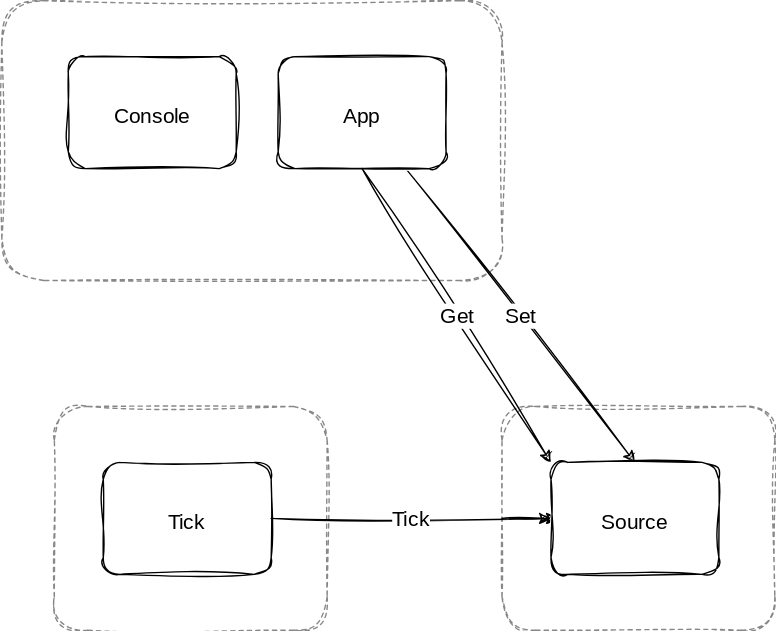
orcvs/orcvs keeps this draw.io diagram as design.drawio.svg. Above is the earlier version. Source tidied: cells renumbered, new cells last; positions are measured from the earlier drawing's top-left corner, leaving out a move shared by most shapes. The source it was exported from:
```xml
<mxGraphModel>
  <root>
    <mxCell id="0" />
    <mxCell id="1" parent="0" />
    <mxCell id="2" style="rounded=1;whiteSpace=wrap;html=1;sketch=1;hachureGap=4;jiggle=2;curveFitting=1;fontFamily=Architects Daughter;fontSource=https%3A%2F%2Ffonts.googleapis.com%2Fcss%3Ffamily%3DArchitects%2BDaughter;fontSize=20;dashed=1;strokeColor=#888888;" parent="1" vertex="1">
      <mxGeometry x="358" y="290" width="195" height="160" as="geometry" />
    </mxCell>
    <mxCell id="3" style="rounded=1;whiteSpace=wrap;html=1;sketch=1;hachureGap=4;jiggle=2;curveFitting=1;fontFamily=Architects Daughter;fontSource=https%3A%2F%2Ffonts.googleapis.com%2Fcss%3Ffamily%3DArchitects%2BDaughter;fontSize=20;dashed=1;strokeColor=#888888;" parent="1" vertex="1">
      <mxGeometry x="38" y="290" width="195" height="160" as="geometry" />
    </mxCell>
    <mxCell id="4" style="rounded=1;whiteSpace=wrap;html=1;sketch=1;hachureGap=4;jiggle=2;curveFitting=1;fontFamily=Architects Daughter;fontSource=https%3A%2F%2Ffonts.googleapis.com%2Fcss%3Ffamily%3DArchitects%2BDaughter;fontSize=20;dashed=1;strokeColor=#888888;" parent="1" vertex="1">
      <mxGeometry x="0.5" width="357.5" height="200" as="geometry" />
    </mxCell>
    <mxCell id="5" value="Tick" style="edgeStyle=none;sketch=1;hachureGap=4;jiggle=2;curveFitting=1;html=1;entryX=0;entryY=0.5;entryDx=0;entryDy=0;fontFamily=Architects Daughter;fontSource=https%3A%2F%2Ffonts.googleapis.com%2Fcss%3Ffamily%3DArchitects%2BDaughter;fontSize=15;" parent="1" edge="1" source="6" target="12">
      <mxGeometry relative="1" as="geometry" />
    </mxCell>
    <mxCell id="6" value="&lt;font style=&quot;font-size: 15px;&quot;&gt;Tick&lt;/font&gt;" style="rounded=1;whiteSpace=wrap;html=1;sketch=1;hachureGap=4;jiggle=2;curveFitting=1;fontFamily=Architects Daughter;fontSource=https%3A%2F%2Ffonts.googleapis.com%2Fcss%3Ffamily%3DArchitects%2BDaughter;fontSize=20;" parent="1" vertex="1">
      <mxGeometry x="73" y="330" width="120" height="80" as="geometry" />
    </mxCell>
    <mxCell id="7" value="Set" style="edgeStyle=none;sketch=1;hachureGap=4;jiggle=2;curveFitting=1;html=1;entryX=0.5;entryY=0;entryDx=0;entryDy=0;fontFamily=Architects Daughter;fontSource=https%3A%2F%2Ffonts.googleapis.com%2Fcss%3Ffamily%3DArchitects%2BDaughter;fontSize=15;" parent="1" edge="1" source="8" target="12">
      <mxGeometry relative="1" as="geometry" />
    </mxCell>
    <mxCell id="8" value="&lt;font style=&quot;font-size: 15px;&quot;&gt;App&lt;/font&gt;" style="rounded=1;whiteSpace=wrap;html=1;sketch=1;hachureGap=4;jiggle=2;curveFitting=1;fontFamily=Architects Daughter;fontSource=https%3A%2F%2Ffonts.googleapis.com%2Fcss%3Ffamily%3DArchitects%2BDaughter;fontSize=20;" parent="1" vertex="1">
      <mxGeometry x="198" y="40" width="120" height="80" as="geometry" />
    </mxCell>
    <mxCell id="9" value="Get" style="edgeStyle=none;sketch=1;hachureGap=4;jiggle=2;curveFitting=1;html=1;entryX=0;entryY=0;entryDx=0;entryDy=0;fontFamily=Architects Daughter;fontSource=https%3A%2F%2Ffonts.googleapis.com%2Fcss%3Ffamily%3DArchitects%2BDaughter;fontSize=15;exitX=0.5;exitY=1;exitDx=0;exitDy=0;" parent="1" edge="1" source="8" target="12">
      <mxGeometry relative="1" as="geometry" />
    </mxCell>
    <mxCell id="10" value="&lt;font style=&quot;font-size: 15px;&quot;&gt;Console&lt;/font&gt;" style="rounded=1;whiteSpace=wrap;html=1;sketch=1;hachureGap=4;jiggle=2;curveFitting=1;fontFamily=Architects Daughter;fontSource=https%3A%2F%2Ffonts.googleapis.com%2Fcss%3Ffamily%3DArchitects%2BDaughter;fontSize=20;" parent="1" vertex="1">
      <mxGeometry x="48" y="40" width="120" height="80" as="geometry" />
    </mxCell>
    <mxCell id="11" style="edgeStyle=none;sketch=1;hachureGap=4;jiggle=2;curveFitting=1;html=1;exitX=0;exitY=0.5;exitDx=0;exitDy=0;fontFamily=Architects Daughter;fontSource=https%3A%2F%2Ffonts.googleapis.com%2Fcss%3Ffamily%3DArchitects%2BDaughter;fontSize=15;" parent="1" edge="1" source="2">
      <mxGeometry relative="1" as="geometry">
        <mxPoint x="398" y="370" as="targetPoint" />
      </mxGeometry>
    </mxCell>
    <mxCell id="12" value="&lt;font style=&quot;font-size: 15px;&quot;&gt;Source&lt;/font&gt;" style="rounded=1;whiteSpace=wrap;html=1;sketch=1;hachureGap=4;jiggle=2;curveFitting=1;fontFamily=Architects Daughter;fontSource=https%3A%2F%2Ffonts.googleapis.com%2Fcss%3Ffamily%3DArchitects%2BDaughter;fontSize=20;" parent="1" vertex="1">
      <mxGeometry x="393" y="330" width="120" height="80" as="geometry" />
    </mxCell>
  </root>
</mxGraphModel>
```
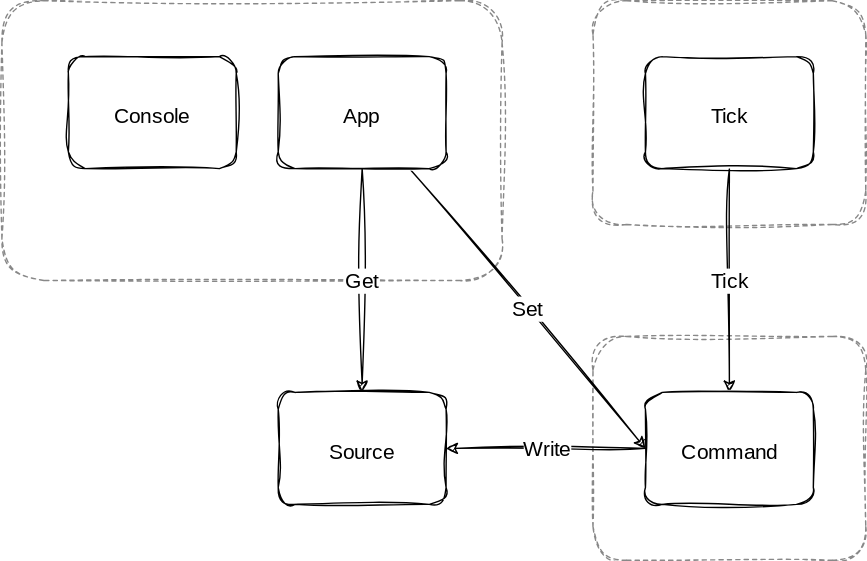
The same diagram one commit later.

Diff of the diagram source:
```diff
@@ -3,39 +3,40 @@
     <mxCell id="0" />
     <mxCell id="1" parent="0" />
     <mxCell id="2" style="rounded=1;whiteSpace=wrap;html=1;sketch=1;hachureGap=4;jiggle=2;curveFitting=1;fontFamily=Architects Daughter;fontSource=https%3A%2F%2Ffonts.googleapis.com%2Fcss%3Ffamily%3DArchitects%2BDaughter;fontSize=20;dashed=1;strokeColor=#888888;" parent="1" vertex="1">
-      <mxGeometry x="358" y="290" width="195" height="160" as="geometry" />
+      <mxGeometry x="423" y="240" width="195" height="160" as="geometry" />
     </mxCell>
     <mxCell id="3" style="rounded=1;whiteSpace=wrap;html=1;sketch=1;hachureGap=4;jiggle=2;curveFitting=1;fontFamily=Architects Daughter;fontSource=https%3A%2F%2Ffonts.googleapis.com%2Fcss%3Ffamily%3DArchitects%2BDaughter;fontSize=20;dashed=1;strokeColor=#888888;" parent="1" vertex="1">
-      <mxGeometry x="38" y="290" width="195" height="160" as="geometry" />
+      <mxGeometry x="423" width="195" height="160" as="geometry" />
     </mxCell>
     <mxCell id="4" style="rounded=1;whiteSpace=wrap;html=1;sketch=1;hachureGap=4;jiggle=2;curveFitting=1;fontFamily=Architects Daughter;fontSource=https%3A%2F%2Ffonts.googleapis.com%2Fcss%3Ffamily%3DArchitects%2BDaughter;fontSize=20;dashed=1;strokeColor=#888888;" parent="1" vertex="1">
       <mxGeometry x="0.5" width="357.5" height="200" as="geometry" />
     </mxCell>
-    <mxCell id="5" value="Tick" style="edgeStyle=none;sketch=1;hachureGap=4;jiggle=2;curveFitting=1;html=1;entryX=0;entryY=0.5;entryDx=0;entryDy=0;fontFamily=Architects Daughter;fontSource=https%3A%2F%2Ffonts.googleapis.com%2Fcss%3Ffamily%3DArchitects%2BDaughter;fontSize=15;" parent="1" edge="1" source="6" target="12">
+    <mxCell id="5" value="Tick" style="edgeStyle=none;sketch=1;hachureGap=4;jiggle=2;curveFitting=1;html=1;entryX=0.5;entryY=0;entryDx=0;entryDy=0;fontFamily=Architects Daughter;fontSource=https%3A%2F%2Ffonts.googleapis.com%2Fcss%3Ffamily%3DArchitects%2BDaughter;fontSize=15;" parent="1" edge="1" source="6" target="13">
       <mxGeometry relative="1" as="geometry" />
     </mxCell>
     <mxCell id="6" value="&lt;font style=&quot;font-size: 15px;&quot;&gt;Tick&lt;/font&gt;" style="rounded=1;whiteSpace=wrap;html=1;sketch=1;hachureGap=4;jiggle=2;curveFitting=1;fontFamily=Architects Daughter;fontSource=https%3A%2F%2Ffonts.googleapis.com%2Fcss%3Ffamily%3DArchitects%2BDaughter;fontSize=20;" parent="1" vertex="1">
-      <mxGeometry x="73" y="330" width="120" height="80" as="geometry" />
+      <mxGeometry x="460.5" y="40" width="120" height="80" as="geometry" />
     </mxCell>
-    <mxCell id="7" value="Set" style="edgeStyle=none;sketch=1;hachureGap=4;jiggle=2;curveFitting=1;html=1;entryX=0.5;entryY=0;entryDx=0;entryDy=0;fontFamily=Architects Daughter;fontSource=https%3A%2F%2Ffonts.googleapis.com%2Fcss%3Ffamily%3DArchitects%2BDaughter;fontSize=15;" parent="1" edge="1" source="8" target="12">
+    <mxCell id="7" value="Set" style="edgeStyle=none;sketch=1;hachureGap=4;jiggle=2;curveFitting=1;html=1;entryX=0;entryY=0.5;entryDx=0;entryDy=0;fontFamily=Architects Daughter;fontSource=https%3A%2F%2Ffonts.googleapis.com%2Fcss%3Ffamily%3DArchitects%2BDaughter;fontSize=15;" parent="1" edge="1" source="8" target="13">
       <mxGeometry relative="1" as="geometry" />
     </mxCell>
     <mxCell id="8" value="&lt;font style=&quot;font-size: 15px;&quot;&gt;App&lt;/font&gt;" style="rounded=1;whiteSpace=wrap;html=1;sketch=1;hachureGap=4;jiggle=2;curveFitting=1;fontFamily=Architects Daughter;fontSource=https%3A%2F%2Ffonts.googleapis.com%2Fcss%3Ffamily%3DArchitects%2BDaughter;fontSize=20;" parent="1" vertex="1">
       <mxGeometry x="198" y="40" width="120" height="80" as="geometry" />
     </mxCell>
-    <mxCell id="9" value="Get" style="edgeStyle=none;sketch=1;hachureGap=4;jiggle=2;curveFitting=1;html=1;entryX=0;entryY=0;entryDx=0;entryDy=0;fontFamily=Architects Daughter;fontSource=https%3A%2F%2Ffonts.googleapis.com%2Fcss%3Ffamily%3DArchitects%2BDaughter;fontSize=15;exitX=0.5;exitY=1;exitDx=0;exitDy=0;" parent="1" edge="1" source="8" target="12">
+    <mxCell id="9" value="Get" style="edgeStyle=none;sketch=1;hachureGap=4;jiggle=2;curveFitting=1;html=1;entryX=0.5;entryY=0;entryDx=0;entryDy=0;fontFamily=Architects Daughter;fontSource=https%3A%2F%2Ffonts.googleapis.com%2Fcss%3Ffamily%3DArchitects%2BDaughter;fontSize=15;exitX=0.5;exitY=1;exitDx=0;exitDy=0;" parent="1" edge="1" source="8" target="12">
       <mxGeometry relative="1" as="geometry" />
     </mxCell>
     <mxCell id="10" value="&lt;font style=&quot;font-size: 15px;&quot;&gt;Console&lt;/font&gt;" style="rounded=1;whiteSpace=wrap;html=1;sketch=1;hachureGap=4;jiggle=2;curveFitting=1;fontFamily=Architects Daughter;fontSource=https%3A%2F%2Ffonts.googleapis.com%2Fcss%3Ffamily%3DArchitects%2BDaughter;fontSize=20;" parent="1" vertex="1">
       <mxGeometry x="48" y="40" width="120" height="80" as="geometry" />
     </mxCell>
-    <mxCell id="11" style="edgeStyle=none;sketch=1;hachureGap=4;jiggle=2;curveFitting=1;html=1;exitX=0;exitY=0.5;exitDx=0;exitDy=0;fontFamily=Architects Daughter;fontSource=https%3A%2F%2Ffonts.googleapis.com%2Fcss%3Ffamily%3DArchitects%2BDaughter;fontSize=15;" parent="1" edge="1" source="2">
-      <mxGeometry relative="1" as="geometry">
-        <mxPoint x="398" y="370" as="targetPoint" />
-      </mxGeometry>
-    </mxCell>
     <mxCell id="12" value="&lt;font style=&quot;font-size: 15px;&quot;&gt;Source&lt;/font&gt;" style="rounded=1;whiteSpace=wrap;html=1;sketch=1;hachureGap=4;jiggle=2;curveFitting=1;fontFamily=Architects Daughter;fontSource=https%3A%2F%2Ffonts.googleapis.com%2Fcss%3Ffamily%3DArchitects%2BDaughter;fontSize=20;" parent="1" vertex="1">
-      <mxGeometry x="393" y="330" width="120" height="80" as="geometry" />
+      <mxGeometry x="198" y="280" width="120" height="80" as="geometry" />
     </mxCell>
+    <mxCell id="13" value="&lt;span style=&quot;font-size: 15px;&quot;&gt;Command&lt;/span&gt;" style="rounded=1;whiteSpace=wrap;html=1;sketch=1;hachureGap=4;jiggle=2;curveFitting=1;fontFamily=Architects Daughter;fontSource=https%3A%2F%2Ffonts.googleapis.com%2Fcss%3Ffamily%3DArchitects%2BDaughter;fontSize=20;" parent="1" vertex="1">
+      <mxGeometry x="460.5" y="280" width="120" height="80" as="geometry" />
+    </mxCell>
+    <mxCell id="14" value="Write" style="edgeStyle=none;sketch=1;hachureGap=4;jiggle=2;curveFitting=1;html=1;entryX=1;entryY=0.5;entryDx=0;entryDy=0;fontFamily=Architects Daughter;fontSource=https%3A%2F%2Ffonts.googleapis.com%2Fcss%3Ffamily%3DArchitects%2BDaughter;fontSize=15;exitX=0;exitY=0.5;exitDx=0;exitDy=0;" parent="1" edge="1" source="13" target="12">
+      <mxGeometry relative="1" as="geometry" />
+    </mxCell>
   </root>
 </mxGraphModel>
```
